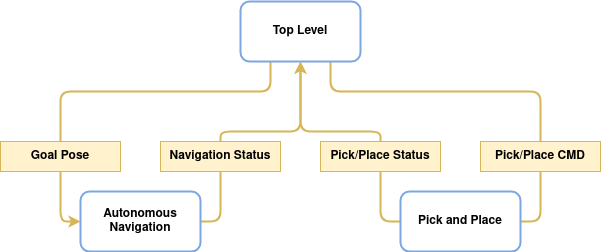
The draw.io diagram Figures/figTopLevelMethod.drawio.png in orjano-max/ORJANOS_MASTER_REPO, before a commit. Source tidied: cells renumbered, new cells last; positions are measured from the earlier drawing's top-left corner, leaving out a move shared by most shapes.
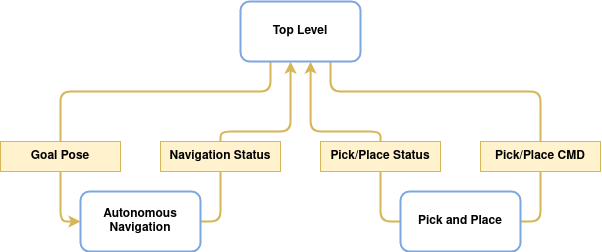
Above is the later version.

Change to the diagram source:
```diff
@@ -5,10 +5,10 @@
     <mxCell id="2" value="&lt;b&gt;Navigation Status&lt;br&gt;&lt;/b&gt;" style="rounded=0;whiteSpace=wrap;html=1;fillColor=#fff2cc;strokeColor=#d6b656;" parent="1" vertex="1">
       <mxGeometry x="160" y="140" width="120" height="30" as="geometry" />
     </mxCell>
-    <mxCell id="3" style="edgeStyle=orthogonalEdgeStyle;jettySize=auto;html=1;fillColor=#fff2cc;strokeColor=#d6b656;strokeWidth=2;rounded=1;exitX=0.5;exitY=1;exitDx=0;exitDy=0;entryX=0.5;entryY=0;entryDx=0;entryDy=0;endArrow=none;endFill=0;startArrow=classic;startFill=1;" parent="1" edge="1" source="14" target="2">
+    <mxCell id="3" style="edgeStyle=orthogonalEdgeStyle;jettySize=auto;html=1;fillColor=#fff2cc;strokeColor=#d6b656;strokeWidth=2;rounded=1;exitX=0.417;exitY=1.002;exitDx=0;exitDy=0;entryX=0.5;entryY=0;entryDx=0;entryDy=0;endArrow=none;endFill=0;startArrow=classic;startFill=1;exitPerimeter=0;" parent="1" edge="1" source="14" target="2">
       <mxGeometry relative="1" as="geometry">
         <Array as="points">
-          <mxPoint x="300" y="130" />
+          <mxPoint x="290" y="130" />
           <mxPoint x="220" y="130" />
         </Array>
       </mxGeometry>
@@ -55,10 +55,10 @@
     <mxCell id="11" value="&lt;b&gt;Pick/Place Status&lt;br&gt;&lt;/b&gt;" style="rounded=0;whiteSpace=wrap;html=1;fillColor=#fff2cc;strokeColor=#d6b656;" parent="1" vertex="1">
       <mxGeometry x="320" y="140" width="120" height="30" as="geometry" />
     </mxCell>
-    <mxCell id="12" style="edgeStyle=orthogonalEdgeStyle;jettySize=auto;html=1;fillColor=#fff2cc;strokeColor=#d6b656;strokeWidth=2;rounded=1;exitX=0.5;exitY=1;exitDx=0;exitDy=0;entryX=0.5;entryY=0;entryDx=0;entryDy=0;endArrow=none;endFill=0;startArrow=classic;startFill=1;" parent="1" edge="1" source="14" target="11">
+    <mxCell id="12" style="edgeStyle=orthogonalEdgeStyle;jettySize=auto;html=1;fillColor=#fff2cc;strokeColor=#d6b656;strokeWidth=2;rounded=1;exitX=0.584;exitY=1.002;exitDx=0;exitDy=0;entryX=0.5;entryY=0;entryDx=0;entryDy=0;endArrow=none;endFill=0;startArrow=classic;startFill=1;exitPerimeter=0;" parent="1" edge="1" source="14" target="11">
       <mxGeometry relative="1" as="geometry">
         <Array as="points">
-          <mxPoint x="300" y="130" />
+          <mxPoint x="310" y="130" />
           <mxPoint x="380" y="130" />
         </Array>
       </mxGeometry>
```
